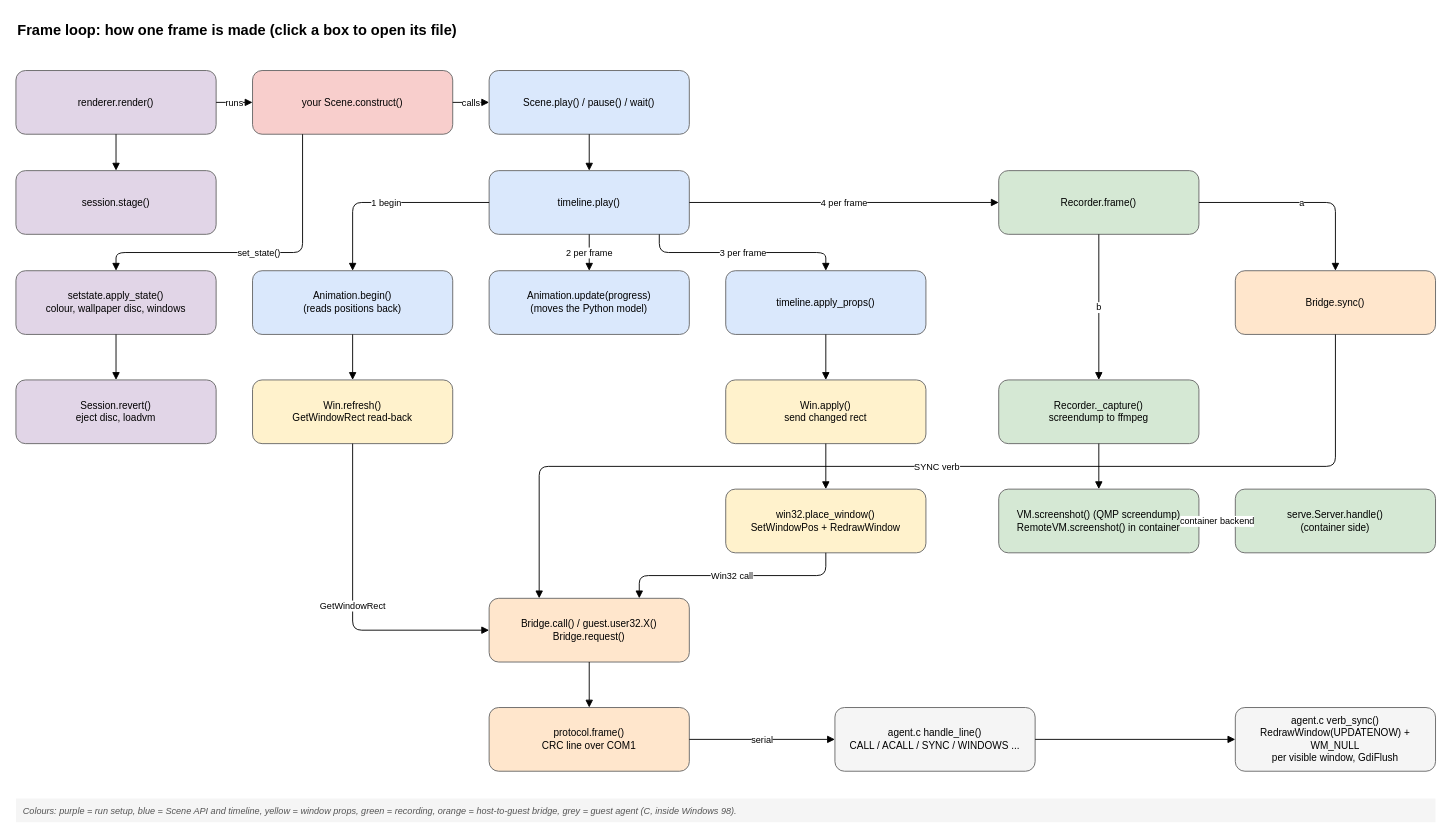
StanLukuvka/98artware keeps this draw.io diagram as page "Frame loop (overview)" (1 of 10) of docs/diagrams/function-tree.drawio. Above is the earlier version. Source tidied: cells renumbered, new cells numbered last; positions are measured from the earlier drawing's top-left corner, leaving out a move shared by most shapes. Both pictures are drawn from the tidied source at 91%, with x=0, y=0 at pixel (15, 15).
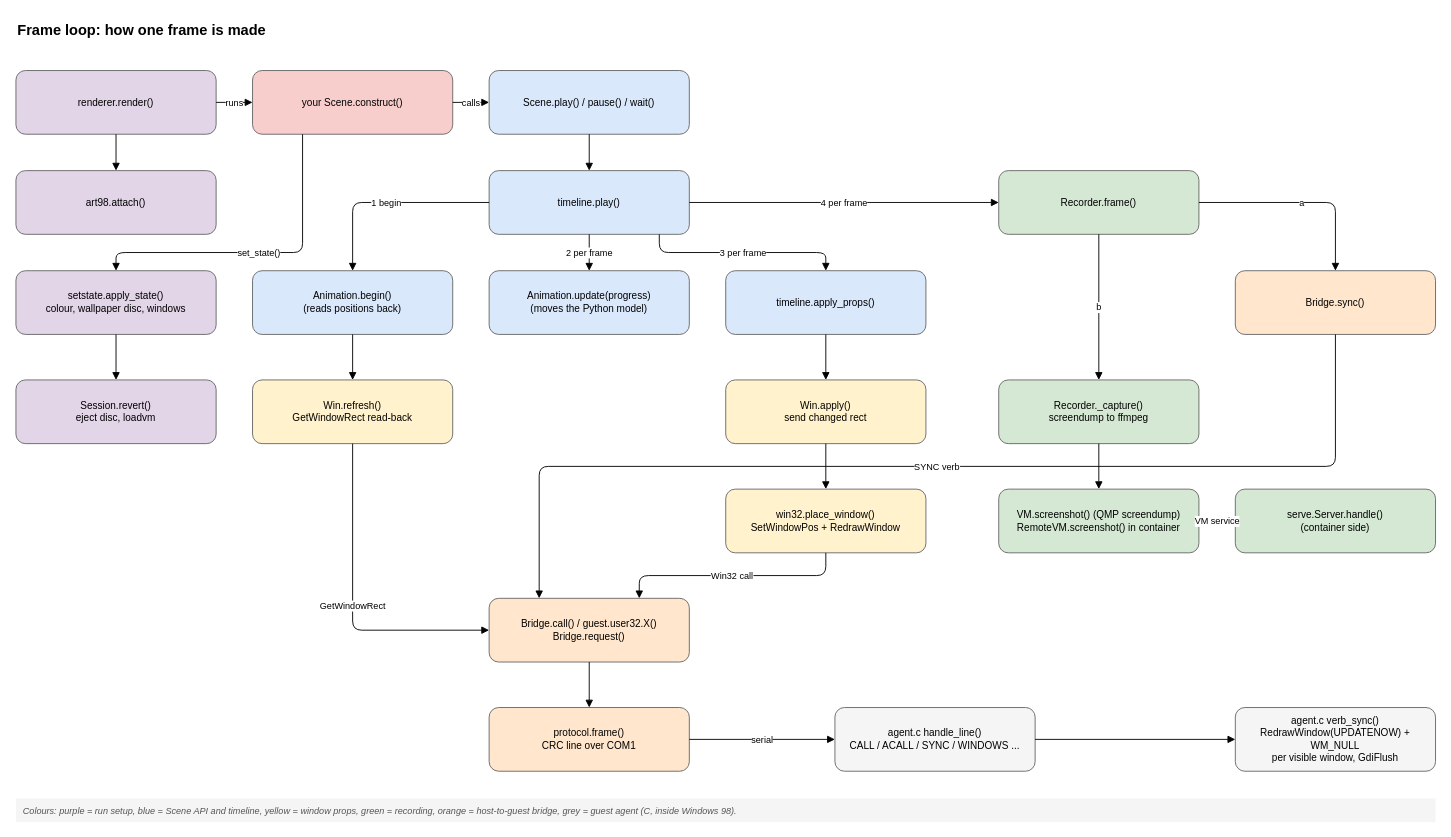
The same page after the edit.

The change refers to these unchanged cells:
```xml
<mxCell id="21" value="VM.screenshot() (QMP screendump)&lt;br&gt;RemoteVM.screenshot() in container" style="rounded=1;whiteSpace=wrap;html=1;fillColor=#d5e8d4;strokeColor=#666666;fontSize=11;" parent="1" vertex="1">
  <mxGeometry x="1080" y="520" width="220" height="70" as="geometry" />
</mxCell>
<mxCell id="22" value="serve.Server.handle()&lt;br&gt;(container side)" style="rounded=1;whiteSpace=wrap;html=1;fillColor=#d5e8d4;strokeColor=#666666;fontSize=11;" parent="1" vertex="1">
  <mxGeometry x="1340" y="520" width="220" height="70" as="geometry" />
</mxCell>
```

Diff of the diagram source:
```diff
@@
-    <mxCell id="2" value="Frame loop: how one frame is made (click a box to open its file)" style="text;html=1;fontSize=16;fontStyle=1;align=left;strokeColor=none;fillColor=none;" parent="1" vertex="1">
+    <mxCell id="2" value="Frame loop: how one frame is made" style="text;html=1;fontSize=16;fontStyle=1;align=left;strokeColor=none;fillColor=none;" parent="1" vertex="1">
       <mxGeometry width="900" height="30" as="geometry" />
     </mxCell>
@@
-    <mxCell id="4" value="session.stage()" style="rounded=1;whiteSpace=wrap;html=1;fillColor=#e1d5e7;strokeColor=#666666;fontSize=11;" parent="1" vertex="1">
+    <mxCell id="4" value="art98.attach()" style="rounded=1;whiteSpace=wrap;html=1;fillColor=#e1d5e7;strokeColor=#666666;fontSize=11;" parent="1" vertex="1">
       <mxGeometry y="170" width="220" height="70" as="geometry" />
     </mxCell>
@@
-    <mxCell id="45" value="container backend" style="edgeStyle=orthogonalEdgeStyle;rounded=1;html=1;fontSize=10;endArrow=block;labelBackgroundColor=default;" parent="1" edge="1" source="21" target="22">
+    <mxCell id="45" value="VM service" style="edgeStyle=orthogonalEdgeStyle;rounded=1;html=1;fontSize=10;endArrow=block;labelBackgroundColor=default;" parent="1" edge="1" source="21" target="22">
       <mxGeometry relative="1" as="geometry" />
     </mxCell>
```
